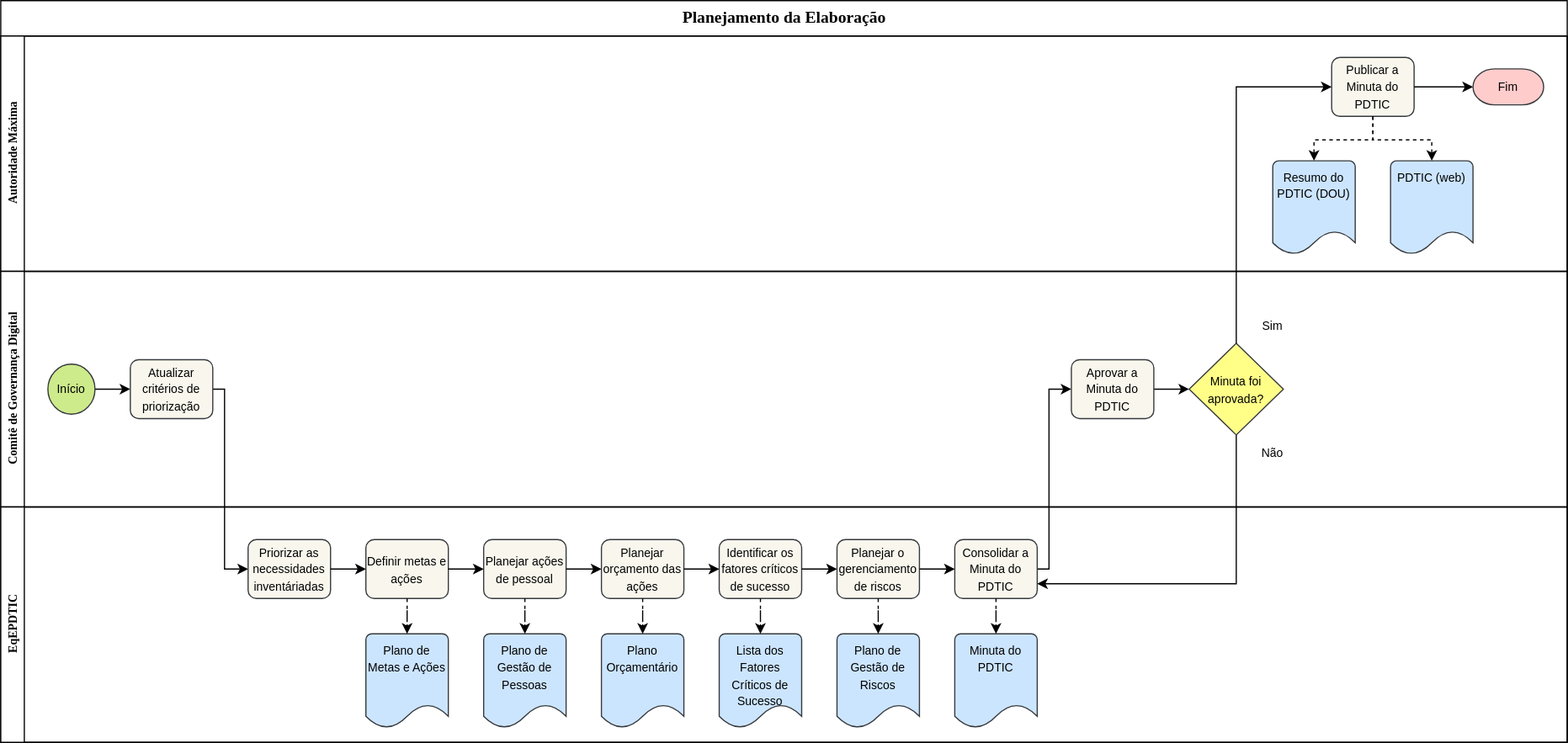
Earlier version of the draw.io export fluxo_planejamento.drawio.svg (Bariand/diagramas-gestao-ufpel). Source tidied: cells renumbered, new cells last; positions are measured from the earlier drawing's top-left corner, leaving out a move shared by most shapes.
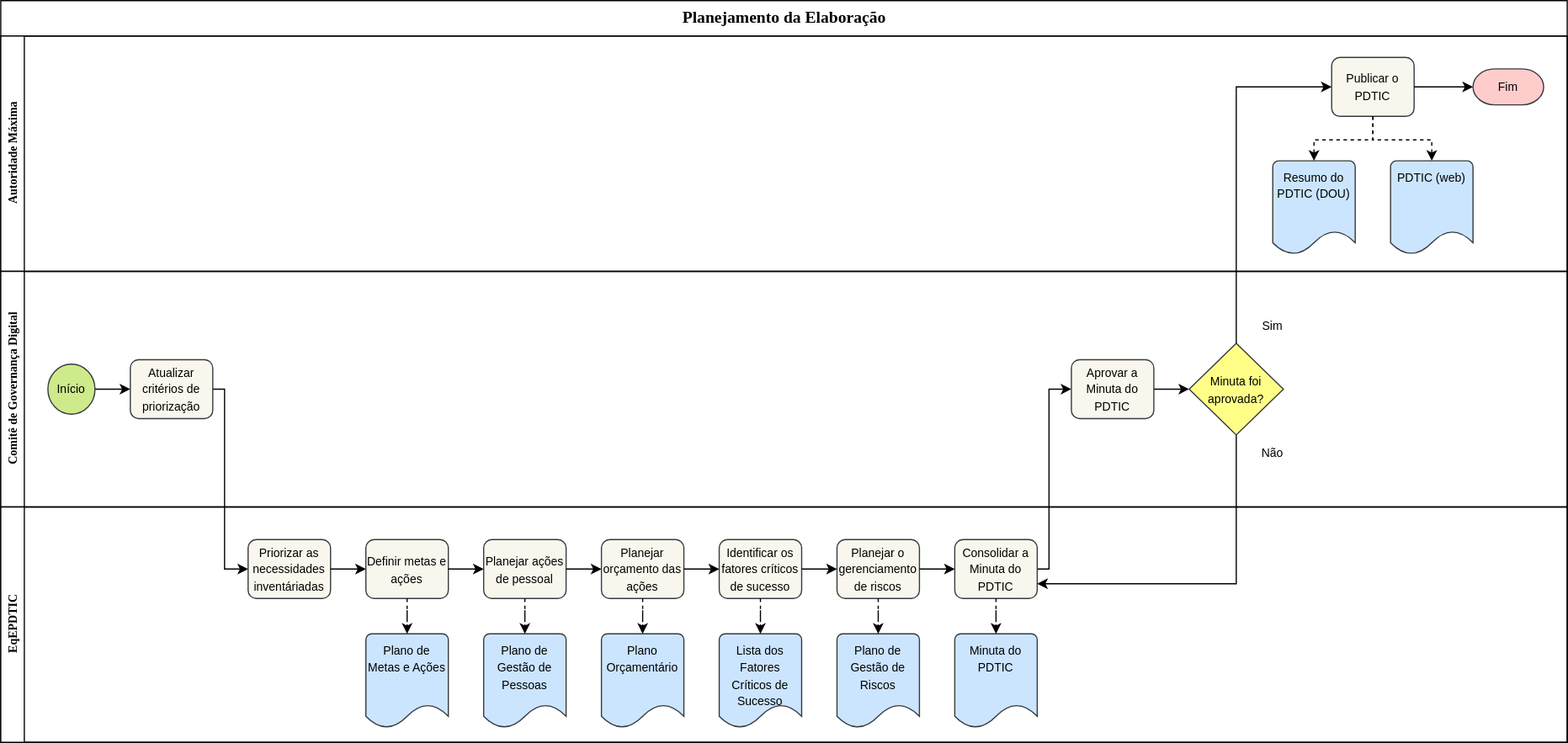
After the commit.

The edit, as a diff of the source:
```diff
@@ -23,7 +23,7 @@
         <mxPoint x="1230" y="38" as="sourcePoint" />
       </mxGeometry>
     </mxCell>
-    <mxCell id="7" value="&lt;font style=&quot;font-size: 10px;&quot;&gt;Publicar a Minuta do PDTIC&lt;/font&gt;" style="rounded=1;whiteSpace=wrap;html=1;absoluteArcSize=1;arcSize=14;strokeWidth=1;fillColor=#f9f7ed;strokeColor=#36393d;swimlaneLine=1;shadow=0;" parent="3" vertex="1">
+    <mxCell id="7" value="&lt;font style=&quot;font-size: 10px;&quot;&gt;Publicar o PDTIC&lt;/font&gt;" style="rounded=1;whiteSpace=wrap;html=1;absoluteArcSize=1;arcSize=14;strokeWidth=1;fillColor=#f9f7ed;strokeColor=#36393d;swimlaneLine=1;shadow=0;" parent="3" vertex="1">
       <mxGeometry x="1130" y="18.3" width="70" height="50" as="geometry" />
     </mxCell>
     <mxCell id="8" value="&lt;font style=&quot;font-size: 10px;&quot;&gt;Resumo do PDTIC (DOU)&lt;/font&gt;" style="strokeWidth=1;html=1;shape=mxgraph.flowchart.document2;whiteSpace=wrap;size=0.25;verticalAlign=top;fillColor=#cce5ff;strokeColor=#36393d;swimlaneLine=1;shadow=0;" parent="3" vertex="1">
```
